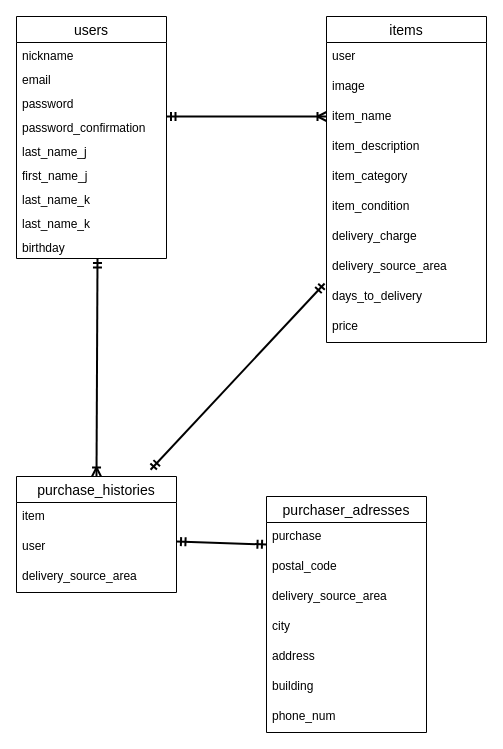
Before: app/table.dio in ryota-narushima/furima-32550, a draw.io diagram. Source tidied: cells renumbered, new cells numbered last; positions are measured from the earlier drawing's top-left corner, leaving out a move shared by most shapes. Both pictures are drawn from the tidied source at 100%, with x=0, y=0 at pixel (16, 16).
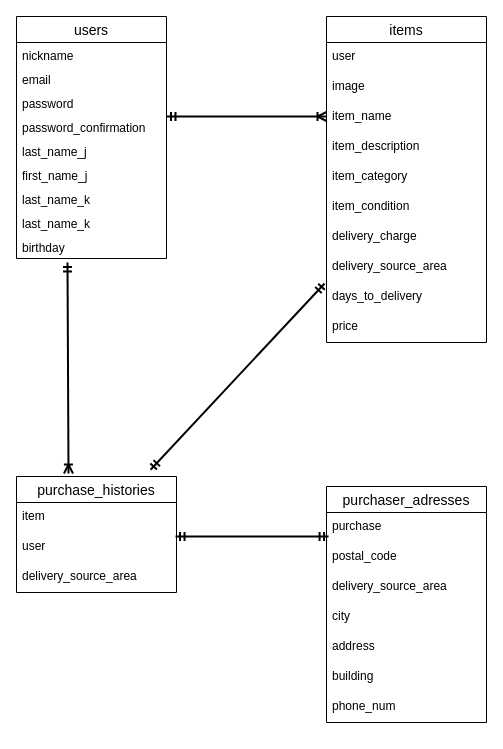
After the change.

Unchanged cells that the change refers to:
```xml
<mxCell id="11" value="birthday" style="text;strokeColor=none;fillColor=none;spacingLeft=4;spacingRight=4;overflow=hidden;points=[[0,0.5],[1,0.5]];portConstraint=eastwest;fontSize=12;" parent="2" vertex="1">
  <mxGeometry y="218" width="150" height="24" as="geometry" />
</mxCell>
<mxCell id="23" value="purchase_histories" style="swimlane;fontStyle=0;horizontal=1;startSize=26;align=center;fontSize=14;" parent="1" vertex="1">
  <mxGeometry y="460" width="160" height="116" as="geometry" />
</mxCell>
<mxCell id="25" value="user" style="text;strokeColor=none;fillColor=none;spacingLeft=4;spacingRight=4;overflow=hidden;points=[[0,0.5],[1,0.5]];portConstraint=eastwest;fontSize=12;" parent="23" vertex="1">
  <mxGeometry y="56" width="160" height="30" as="geometry" />
</mxCell>
<mxCell id="28" value="purchase" style="text;strokeColor=none;fillColor=none;spacingLeft=4;spacingRight=4;overflow=hidden;points=[[0,0.5],[1,0.5]];portConstraint=eastwest;fontSize=12;" parent="27" vertex="1">
  <mxGeometry y="26" width="160" height="30" as="geometry" />
</mxCell>
```

Diff of the diagram source:
```diff
@@
     <mxCell id="27" value="purchaser_adresses" style="swimlane;fontStyle=0;horizontal=1;startSize=26;align=center;fontSize=14;" parent="1" vertex="1">
-      <mxGeometry x="250" y="480" width="160" height="236" as="geometry" />
+      <mxGeometry x="310" y="470" width="160" height="236" as="geometry" />
     </mxCell>
@@
-    <mxCell id="36" style="fontSize=12;html=1;endArrow=ERoneToMany;startArrow=ERmandOne;strokeWidth=2;horizontal=1;entryX=0.5;entryY=0;entryDx=0;entryDy=0;exitX=0.54;exitY=1;exitDx=0;exitDy=0;exitPerimeter=0;" parent="1" edge="1" source="11" target="23">
+    <mxCell id="36" style="fontSize=12;html=1;endArrow=ERoneToMany;startArrow=ERmandOne;strokeWidth=2;horizontal=1;exitX=0.34;exitY=1.167;exitDx=0;exitDy=0;exitPerimeter=0;entryX=0.325;entryY=-0.026;entryDx=0;entryDy=0;entryPerimeter=0;" parent="1" edge="1" source="11" target="23">
       <mxGeometry relative="1" as="geometry" />
     </mxCell>
@@
-    <mxCell id="38" style="fontSize=12;html=1;endArrow=ERmandOne;startArrow=ERmandOne;strokeWidth=2;exitX=1;exitY=0.3;exitDx=0;exitDy=0;exitPerimeter=0;entryX=0;entryY=0.733;entryDx=0;entryDy=0;endSize=6;entryPerimeter=0;" parent="1" edge="1" source="25" target="28">
+    <mxCell id="38" style="fontSize=12;html=1;endArrow=ERmandOne;startArrow=ERmandOne;strokeWidth=2;exitX=0.994;exitY=0.133;exitDx=0;exitDy=0;exitPerimeter=0;endSize=6;entryX=0.013;entryY=0.8;entryDx=0;entryDy=0;entryPerimeter=0;" parent="1" edge="1" source="25" target="28">
       <mxGeometry relative="1" as="geometry" />
     </mxCell>
```
